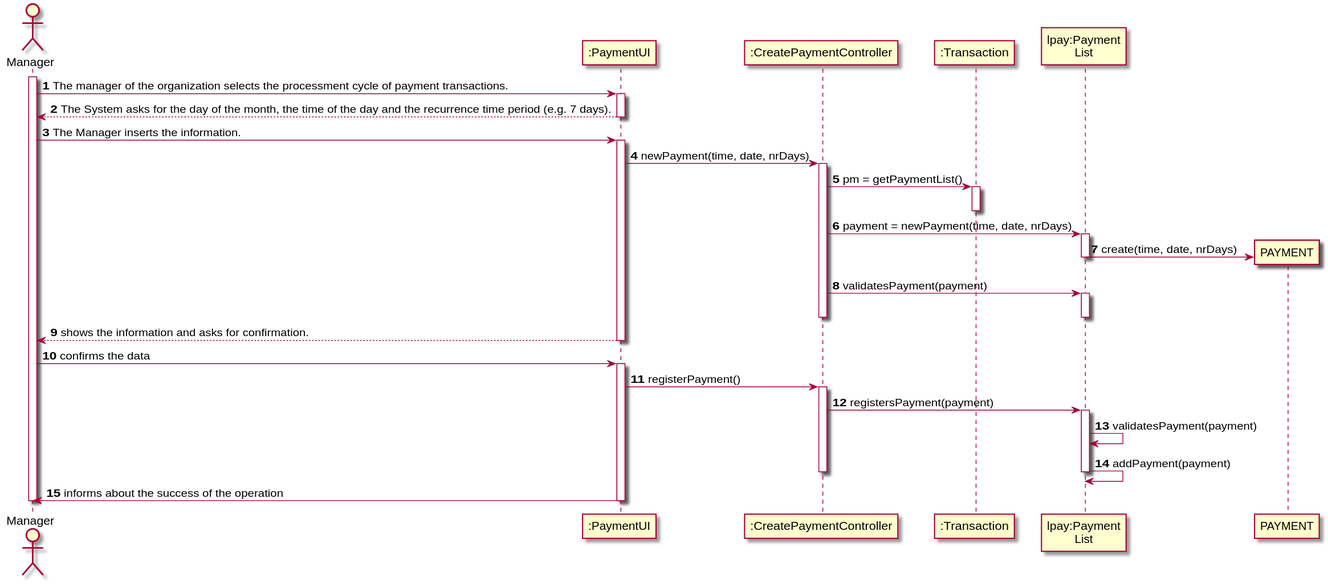
Before: docs/UC6 - Define Payment hour/UC6_SD.svg, a diagram exported from PlantUML (1190452/LAPR2). Source of this version:
```plantuml
@startuml
autonumber
actor "Manager" as ADM

participant ":PaymentUI" as UI
participant ":CreatePaymentController" as CTRL
participant ":Transaction" as TRAN
participant "lpay:Payment\nList" as LPAY


activate ADM
ADM -> UI : The manager of the organization selects the processment cycle of payment transactions.
activate UI
UI --> ADM : The System asks for the day of the month, the time of the day and the recurrence time period (e.g. 7 days).
deactivate UI

ADM -> UI : The Manager inserts the information.
activate UI

UI -> CTRL : newPayment(time, date, nrDays)
activate CTRL


CTRL -> TRAN : pm = getPaymentList()
activate TRAN
deactivate TRAN

CTRL -> LPAY : payment = newPayment(time, date, nrDays)
activate LPAY



LPAY -> PAYMENT** : create(time, date, nrDays)
deactivate LPAY

CTRL -> LPAY : validatesPayment(payment)
activate LPAY
deactivate LPAY

deactivate CTRL

UI --> ADM : shows the information and asks for confirmation.
deactivate UI

ADM -> UI : confirms the data
activate UI

UI -> CTRL : registerPayment()
activate CTRL

CTRL -> LPAY : registersPayment(payment)
activate LPAY

LPAY -> LPAY : validatesPayment(payment)
LPAY -> LPAY : addPayment(payment)
deactivate LPAY
deactivate CTRL

UI -> ADM : informs about the success of the operation
deactivate UI
deactivate ADM
@enduml
```
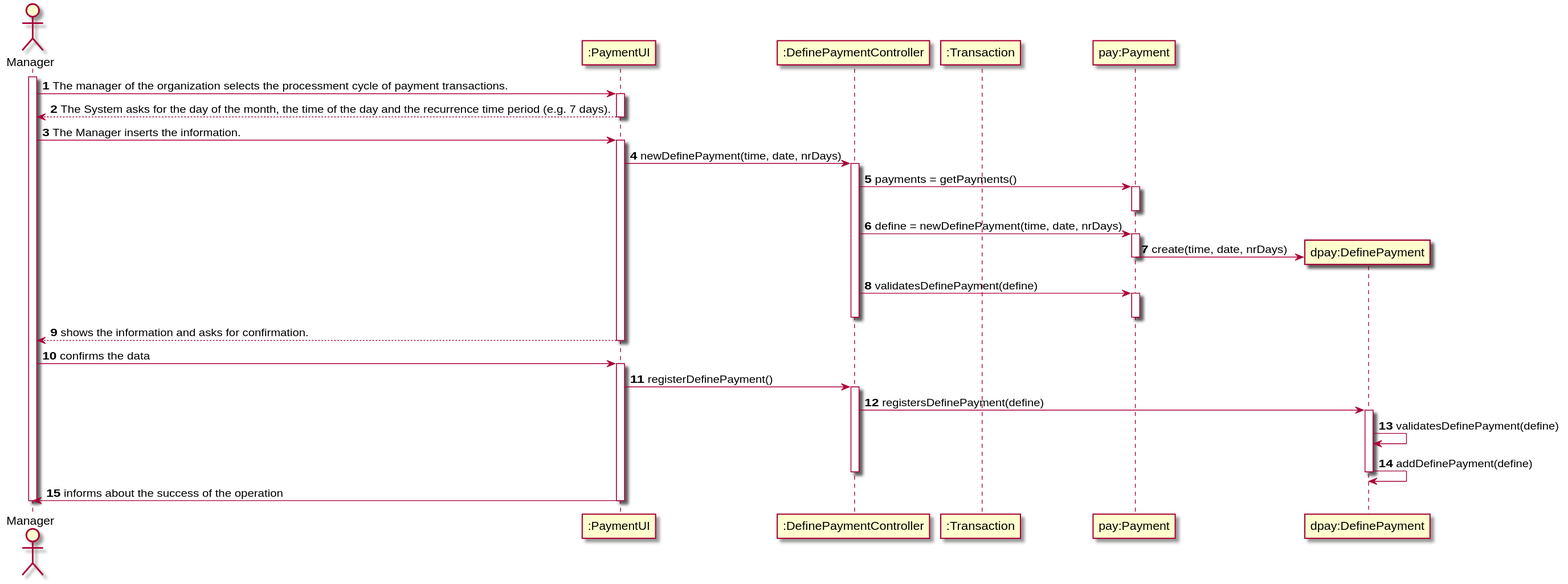
After the commit.

Change to the diagram source:
```diff
@@ -3,9 +3,10 @@
 actor "Manager" as ADM
 
 participant ":PaymentUI" as UI
-participant ":CreatePaymentController" as CTRL
+participant ":DefinePaymentController" as CTRL
 participant ":Transaction" as TRAN
-participant "lpay:Payment\nList" as LPAY
+participant "pay:Payment" as PAY
+participant "dpay:DefinePayment" as DPAY
 
 
 activate ADM
@@ -17,25 +18,22 @@
 ADM -> UI : The Manager inserts the information.
 activate UI
 
-UI -> CTRL : newPayment(time, date, nrDays)
+UI -> CTRL : newDefinePayment(time, date, nrDays)
 activate CTRL
 
 
-CTRL -> TRAN : pm = getPaymentList()
-activate TRAN
-deactivate TRAN
+CTRL -> PAY : payments = getPayments()
+activate PAY
+deactivate PAY
 
-CTRL -> LPAY : payment = newPayment(time, date, nrDays)
-activate LPAY
+CTRL -> PAY : define = newDefinePayment(time, date, nrDays)
+activate PAY
+PAY -> DPAY** : create(time, date, nrDays)
+deactivate PAY
 
-
-
-LPAY -> PAYMENT** : create(time, date, nrDays)
-deactivate LPAY
-
-CTRL -> LPAY : validatesPayment(payment)
-activate LPAY
-deactivate LPAY
+CTRL -> PAY : validatesDefinePayment(define)
+activate PAY
+deactivate PAY
 
 deactivate CTRL
 
@@ -45,15 +43,14 @@
 ADM -> UI : confirms the data
 activate UI
 
-UI -> CTRL : registerPayment()
+UI -> CTRL : registerDefinePayment()
 activate CTRL
 
-CTRL -> LPAY : registersPayment(payment)
-activate LPAY
-
-LPAY -> LPAY : validatesPayment(payment)
-LPAY -> LPAY : addPayment(payment)
-deactivate LPAY
+CTRL -> DPAY : registersDefinePayment(define)
+activate DPAY
+DPAY -> DPAY : validatesDefinePayment(define)
+DPAY -> DPAY : addDefinePayment(define)
+deactivate DPAY
 deactivate CTRL
 
 UI -> ADM : informs about the success of the operation
```
